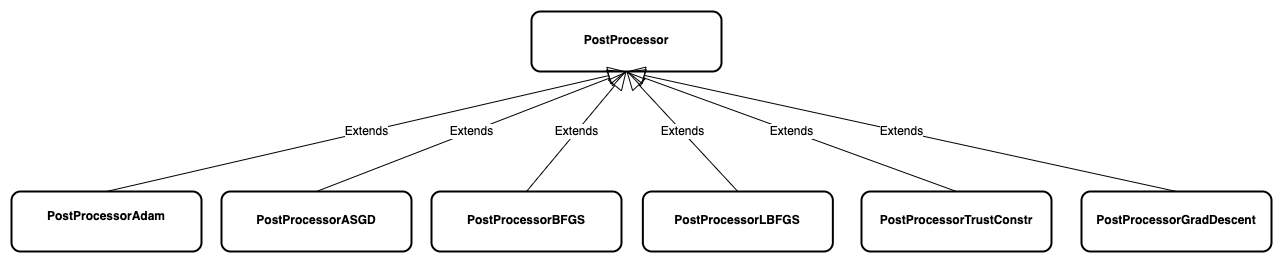
Earlier version of the draw.io export diagrams/post_processor_hierarchy.png (1QB-Information-Technologies/ccvm). Source tidied: cells renumbered, new cells last; positions are measured from the earlier drawing's top-left corner, leaving out a move shared by most shapes.
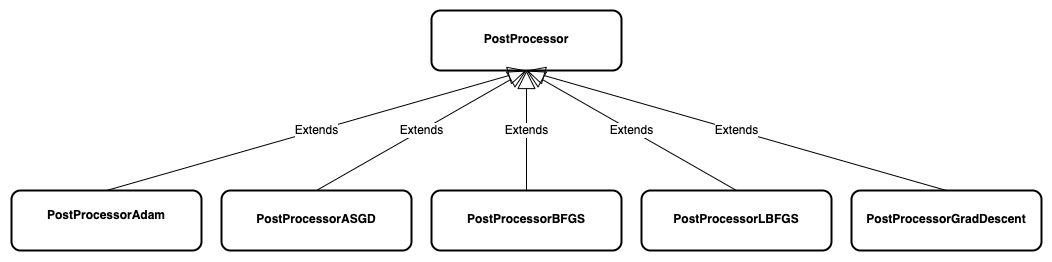
The same diagram one commit later.

Commit message:
Remove TrustConst post-processor (#150)

What changed in the source:
```diff
@@ -5,41 +5,35 @@
     <mxCell id="2" value="&lt;p style=&quot;margin: 4px 0px 0px;&quot;&gt;&lt;b&gt;&lt;br&gt;&lt;/b&gt;&lt;/p&gt;&lt;p style=&quot;margin: 4px 0px 0px;&quot;&gt;&lt;b&gt;PostProcessor&lt;/b&gt;&lt;/p&gt;" style="verticalAlign=top;align=center;overflow=fill;fontSize=12;fontFamily=Helvetica;html=1;whiteSpace=wrap;rounded=1;strokeColor=default;strokeWidth=2;fontColor=default;fillColor=default;" parent="1" vertex="1">
       <mxGeometry x="520" width="190" height="60" as="geometry" />
     </mxCell>
-    <mxCell id="3" value="Extends" style="endArrow=block;endSize=16;endFill=0;html=1;rounded=0;fontFamily=Helvetica;fontSize=12;fontColor=default;exitX=0.5;exitY=0;exitDx=0;exitDy=0;entryX=0.5;entryY=1;entryDx=0;entryDy=0;" parent="1" edge="1" source="12" target="2">
+    <mxCell id="3" value="Extends" style="endArrow=block;endSize=16;endFill=0;html=1;rounded=0;fontFamily=Helvetica;fontSize=12;fontColor=default;exitX=0.5;exitY=0;exitDx=0;exitDy=0;entryX=0.5;entryY=1;entryDx=0;entryDy=0;" parent="1" edge="1" source="10" target="2">
       <mxGeometry relative="1" as="geometry" />
     </mxCell>
     <mxCell id="4" value="Extends" style="endArrow=block;endSize=16;endFill=0;html=1;rounded=0;fontFamily=Helvetica;fontSize=12;fontColor=default;exitX=0.5;exitY=0;exitDx=0;exitDy=0;entryX=0.5;entryY=1;entryDx=0;entryDy=0;" parent="1" edge="1" source="5" target="2">
       <mxGeometry relative="1" as="geometry" />
     </mxCell>
     <mxCell id="5" value="&lt;p style=&quot;margin: 4px 0px 0px;&quot;&gt;&lt;b style=&quot;background-color: initial;&quot;&gt;&lt;br&gt;&lt;/b&gt;&lt;/p&gt;&lt;p style=&quot;margin: 4px 0px 0px;&quot;&gt;&lt;b style=&quot;background-color: initial;&quot;&gt;PostProcessorASGD&lt;/b&gt;&lt;br&gt;&lt;/p&gt;" style="verticalAlign=middle;align=center;overflow=fill;fontSize=12;fontFamily=Helvetica;html=1;whiteSpace=wrap;rounded=1;strokeColor=default;strokeWidth=2;fontColor=default;fillColor=default;" parent="1" vertex="1">
-      <mxGeometry x="210" y="180" width="190" height="60" as="geometry" />
+      <mxGeometry x="310" y="180" width="190" height="60" as="geometry" />
     </mxCell>
     <mxCell id="6" value="Extends" style="endArrow=block;endSize=16;endFill=0;html=1;rounded=0;fontFamily=Helvetica;fontSize=12;fontColor=default;exitX=0.5;exitY=0;exitDx=0;exitDy=0;entryX=0.5;entryY=1;entryDx=0;entryDy=0;" parent="1" edge="1" source="7" target="2">
       <mxGeometry relative="1" as="geometry" />
     </mxCell>
     <mxCell id="7" value="&lt;p style=&quot;text-align: center; margin: 4px 0px 0px;&quot;&gt;&lt;b&gt;&lt;br&gt;&lt;/b&gt;&lt;/p&gt;&lt;p style=&quot;text-align: center; margin: 4px 0px 0px;&quot;&gt;&lt;b&gt;PostProcessorBFGS&lt;/b&gt;&lt;br&gt;&lt;/p&gt;" style="verticalAlign=top;align=left;overflow=fill;fontSize=12;fontFamily=Helvetica;html=1;whiteSpace=wrap;rounded=1;strokeColor=default;strokeWidth=2;fontColor=default;fillColor=default;" parent="1" vertex="1">
-      <mxGeometry x="420" y="180" width="190" height="60" as="geometry" />
+      <mxGeometry x="520" y="180" width="190" height="60" as="geometry" />
     </mxCell>
-    <mxCell id="8" value="&lt;p style=&quot;text-align: center; margin: 4px 0px 0px;&quot;&gt;&lt;b&gt;&lt;br&gt;&lt;/b&gt;&lt;/p&gt;&lt;p style=&quot;text-align: center; margin: 4px 0px 0px;&quot;&gt;&lt;b&gt;PostProcessorTrustConstr&lt;/b&gt;&lt;br&gt;&lt;/p&gt;" style="verticalAlign=top;align=left;overflow=fill;fontSize=12;fontFamily=Helvetica;html=1;whiteSpace=wrap;rounded=1;strokeColor=default;strokeWidth=2;fontColor=default;fillColor=default;" parent="1" vertex="1">
-      <mxGeometry x="850" y="180" width="190" height="60" as="geometry" />
+    <mxCell id="8" value="&lt;p style=&quot;text-align: center; margin: 4px 0px 0px;&quot;&gt;&lt;b&gt;&lt;br&gt;&lt;/b&gt;&lt;/p&gt;&lt;p style=&quot;text-align: center; margin: 4px 0px 0px;&quot;&gt;&lt;b&gt;PostProcessorLBFGS&lt;/b&gt;&lt;br&gt;&lt;/p&gt;" style="verticalAlign=top;align=left;overflow=fill;fontSize=12;fontFamily=Helvetica;html=1;whiteSpace=wrap;rounded=1;strokeColor=default;strokeWidth=2;fontColor=default;fillColor=default;" parent="1" vertex="1">
+      <mxGeometry x="730" y="180" width="190" height="60" as="geometry" />
     </mxCell>
     <mxCell id="9" value="Extends" style="endArrow=block;endSize=16;endFill=0;html=1;rounded=0;fontFamily=Helvetica;fontSize=12;fontColor=default;exitX=0.5;exitY=0;exitDx=0;exitDy=0;entryX=0.5;entryY=1;entryDx=0;entryDy=0;" parent="1" edge="1" source="8" target="2">
       <mxGeometry relative="1" as="geometry" />
     </mxCell>
-    <mxCell id="10" value="&lt;p style=&quot;text-align: center; margin: 4px 0px 0px;&quot;&gt;&lt;b&gt;&lt;br&gt;&lt;/b&gt;&lt;/p&gt;&lt;p style=&quot;text-align: center; margin: 4px 0px 0px;&quot;&gt;&lt;b&gt;PostProcessorLBFGS&lt;/b&gt;&lt;br&gt;&lt;/p&gt;" style="verticalAlign=top;align=left;overflow=fill;fontSize=12;fontFamily=Helvetica;html=1;whiteSpace=wrap;rounded=1;strokeColor=default;strokeWidth=2;fontColor=default;fillColor=default;" parent="1" vertex="1">
-      <mxGeometry x="631.3" y="180" width="190" height="60" as="geometry" />
+    <mxCell id="10" value="&lt;p style=&quot;margin: 4px 0px 0px;&quot;&gt;&lt;b style=&quot;border-color: var(--border-color); background-color: initial;&quot;&gt;&lt;br class=&quot;Apple-interchange-newline&quot;&gt;PostProcessorAdam&lt;/b&gt;&lt;br&gt;&lt;/p&gt;" style="verticalAlign=middle;align=center;overflow=fill;fontSize=12;fontFamily=Helvetica;html=1;whiteSpace=wrap;rounded=1;strokeColor=default;strokeWidth=2;fontColor=default;fillColor=default;" parent="1" vertex="1">
+      <mxGeometry x="100" y="180" width="190" height="60" as="geometry" />
     </mxCell>
-    <mxCell id="11" value="Extends" style="endArrow=block;endSize=16;endFill=0;html=1;rounded=0;fontFamily=Helvetica;fontSize=12;fontColor=default;exitX=0.5;exitY=0;exitDx=0;exitDy=0;entryX=0.5;entryY=1;entryDx=0;entryDy=0;" parent="1" edge="1" source="10" target="2">
-      <mxGeometry relative="1" as="geometry" />
+    <mxCell id="11" value="&lt;p style=&quot;text-align: center; margin: 4px 0px 0px;&quot;&gt;&lt;b&gt;&lt;br&gt;&lt;/b&gt;&lt;/p&gt;&lt;p style=&quot;text-align: center; margin: 4px 0px 0px;&quot;&gt;&lt;b&gt;PostProcessorGradDescent&lt;/b&gt;&lt;br&gt;&lt;/p&gt;" style="verticalAlign=top;align=left;overflow=fill;fontSize=12;fontFamily=Helvetica;html=1;whiteSpace=wrap;rounded=1;strokeColor=default;strokeWidth=2;fontColor=default;fillColor=default;" parent="1" vertex="1">
+      <mxGeometry x="940" y="180" width="190" height="60" as="geometry" />
     </mxCell>
-    <mxCell id="12" value="&lt;p style=&quot;margin: 4px 0px 0px;&quot;&gt;&lt;b style=&quot;border-color: var(--border-color); background-color: initial;&quot;&gt;&lt;br class=&quot;Apple-interchange-newline&quot;&gt;PostProcessorAdam&lt;/b&gt;&lt;br&gt;&lt;/p&gt;" style="verticalAlign=middle;align=center;overflow=fill;fontSize=12;fontFamily=Helvetica;html=1;whiteSpace=wrap;rounded=1;strokeColor=default;strokeWidth=2;fontColor=default;fillColor=default;" parent="1" vertex="1">
-      <mxGeometry y="180" width="190" height="60" as="geometry" />
+    <mxCell id="12" value="Extends" style="endArrow=block;endSize=16;endFill=0;html=1;rounded=0;fontFamily=Helvetica;fontSize=12;fontColor=default;exitX=0.5;exitY=0;exitDx=0;exitDy=0;entryX=0.5;entryY=1;entryDx=0;entryDy=0;" parent="1" edge="1" source="11" target="2">
+      <mxGeometry relative="1" as="geometry" />
     </mxCell>
-    <mxCell id="13" value="&lt;p style=&quot;text-align: center; margin: 4px 0px 0px;&quot;&gt;&lt;b&gt;&lt;br&gt;&lt;/b&gt;&lt;/p&gt;&lt;p style=&quot;text-align: center; margin: 4px 0px 0px;&quot;&gt;&lt;b&gt;PostProcessorGradDescent&lt;/b&gt;&lt;br&gt;&lt;/p&gt;" style="verticalAlign=top;align=left;overflow=fill;fontSize=12;fontFamily=Helvetica;html=1;whiteSpace=wrap;rounded=1;strokeColor=default;strokeWidth=2;fontColor=default;fillColor=default;" parent="1" vertex="1">
-      <mxGeometry x="1070" y="180" width="190" height="60" as="geometry" />
-    </mxCell>
-    <mxCell id="14" value="Extends" style="endArrow=block;endSize=16;endFill=0;html=1;rounded=0;fontFamily=Helvetica;fontSize=12;fontColor=default;exitX=0.5;exitY=0;exitDx=0;exitDy=0;entryX=0.5;entryY=1;entryDx=0;entryDy=0;" parent="1" edge="1" source="13" target="2">
-      <mxGeometry relative="1" as="geometry" />
-    </mxCell>
   </root>
 </mxGraphModel>
```
